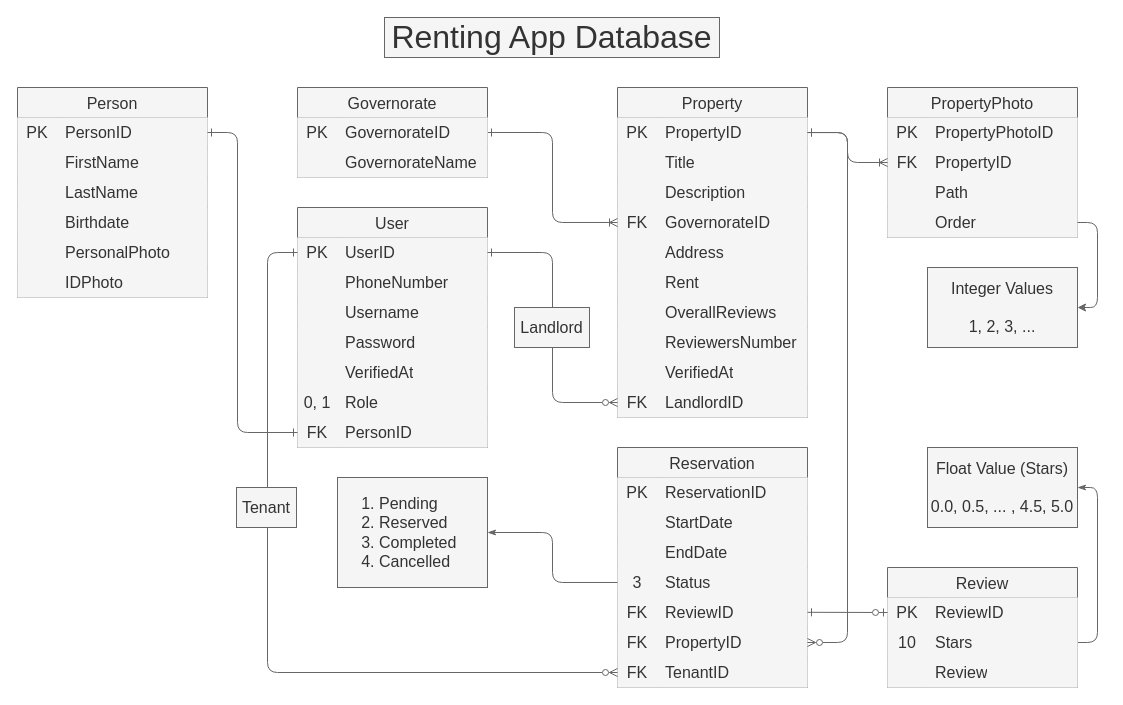
Before: database/renting_app_database.drawio in KareemAlHamwi/Renting-App, a draw.io diagram. Source tidied: cells renumbered, new cells numbered last; positions are measured from the earlier drawing's top-left corner, leaving out a move shared by most shapes. Both pictures are drawn from the tidied source at 100%, with x=0, y=0 at pixel (17, 17).
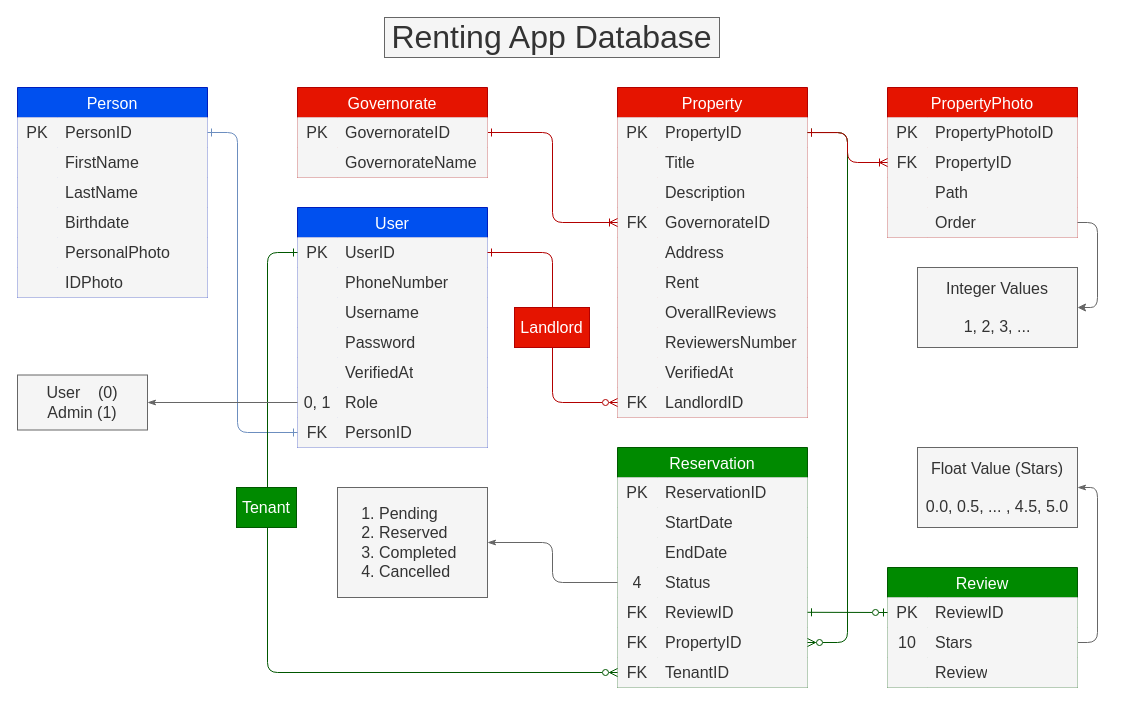
Above is the later version.

The change refers to these unchanged cells:
```xml
<mxCell id="3" style="shape=tableRow;horizontal=0;startSize=0;swimlaneHead=0;swimlaneBody=0;top=0;left=0;bottom=0;right=0;fillColor=#f5f5f5;points=[[0,0.5],[1,0.5]];portConstraint=eastwest;fontSize=16;shadow=0;strokeColor=#666666;fontColor=light-dark(#333333,#FFFFFF);" parent="2" vertex="1">
  <mxGeometry y="30" width="190" height="30" as="geometry" />
</mxCell>
<mxCell id="22" style="shape=tableRow;horizontal=0;startSize=0;swimlaneHead=0;swimlaneBody=0;top=0;left=0;bottom=0;right=0;fillColor=#f5f5f5;points=[[0,0.5],[1,0.5]];portConstraint=eastwest;fontSize=16;shadow=0;strokeColor=#666666;fontColor=light-dark(#333333,#FFFFFF);" parent="21" vertex="1">
  <mxGeometry y="30" width="190" height="30" as="geometry" />
</mxCell>
<mxCell id="37" style="shape=tableRow;horizontal=0;startSize=0;swimlaneHead=0;swimlaneBody=0;top=0;left=0;bottom=0;right=0;fillColor=#f5f5f5;points=[[0,0.5],[1,0.5]];portConstraint=eastwest;fontSize=16;shadow=0;strokeColor=#666666;fontColor=light-dark(#333333,#FFFFFF);" parent="21" vertex="1">
  <mxGeometry y="180" width="190" height="30" as="geometry" />
</mxCell>
<mxCell id="40" style="shape=tableRow;horizontal=0;startSize=0;swimlaneHead=0;swimlaneBody=0;top=0;left=0;bottom=0;right=0;fillColor=#f5f5f5;points=[[0,0.5],[1,0.5]];portConstraint=eastwest;fontSize=16;shadow=0;strokeColor=#666666;fontColor=light-dark(#333333,#FFFFFF);" parent="21" vertex="1">
  <mxGeometry y="210" width="190" height="30" as="geometry" />
</mxCell>
<mxCell id="44" style="shape=tableRow;horizontal=0;startSize=0;swimlaneHead=0;swimlaneBody=0;top=0;left=0;bottom=0;right=0;fillColor=#f5f5f5;points=[[0,0.5],[1,0.5]];portConstraint=eastwest;fontSize=16;shadow=0;strokeColor=#666666;fontColor=light-dark(#333333,#FFFFFF);" parent="43" vertex="1">
  <mxGeometry y="30" width="190" height="30" as="geometry" />
</mxCell>
<mxCell id="53" style="shape=tableRow;horizontal=0;startSize=0;swimlaneHead=0;swimlaneBody=0;top=0;left=0;bottom=0;right=0;fillColor=#f5f5f5;points=[[0,0.5],[1,0.5]];portConstraint=eastwest;fontSize=16;shadow=0;strokeColor=#666666;fontColor=light-dark(#333333,#FFFFFF);" parent="43" vertex="1">
  <mxGeometry y="120" width="190" height="30" as="geometry" />
</mxCell>
<mxCell id="71" style="shape=tableRow;horizontal=0;startSize=0;swimlaneHead=0;swimlaneBody=0;top=0;left=0;bottom=0;right=0;fillColor=#f5f5f5;points=[[0,0.5],[1,0.5]];portConstraint=eastwest;fontSize=16;shadow=0;strokeColor=#666666;fontColor=light-dark(#333333,#FFFFFF);" parent="43" vertex="1">
  <mxGeometry y="300" width="190" height="30" as="geometry" />
</mxCell>
<mxCell id="84" style="shape=tableRow;horizontal=0;startSize=0;swimlaneHead=0;swimlaneBody=0;top=0;left=0;bottom=0;right=0;fillColor=#f5f5f5;points=[[0,0.5],[1,0.5]];portConstraint=eastwest;fontSize=16;shadow=0;strokeColor=#666666;fontColor=light-dark(#333333,#FFFFFF);" parent="74" vertex="1">
  <mxGeometry y="120" width="190" height="30" as="geometry" />
</mxCell>
<mxCell id="90" style="shape=tableRow;horizontal=0;startSize=0;swimlaneHead=0;swimlaneBody=0;top=0;left=0;bottom=0;right=0;fillColor=#f5f5f5;points=[[0,0.5],[1,0.5]];portConstraint=eastwest;fontSize=16;shadow=0;strokeColor=#666666;fontColor=light-dark(#333333,#FFFFFF);" parent="74" vertex="1">
  <mxGeometry y="180" width="190" height="30" as="geometry" />
</mxCell>
<mxCell id="93" style="shape=tableRow;horizontal=0;startSize=0;swimlaneHead=0;swimlaneBody=0;top=0;left=0;bottom=0;right=0;fillColor=#f5f5f5;points=[[0,0.5],[1,0.5]];portConstraint=eastwest;fontSize=16;shadow=0;strokeColor=#666666;fontColor=light-dark(#333333,#FFFFFF);" parent="74" vertex="1">
  <mxGeometry y="210" width="190" height="30" as="geometry" />
</mxCell>
<mxCell id="103" style="shape=tableRow;horizontal=0;startSize=0;swimlaneHead=0;swimlaneBody=0;top=0;left=0;bottom=0;right=0;fillColor=#f5f5f5;points=[[0,0.5],[1,0.5]];portConstraint=eastwest;fontSize=16;shadow=0;strokeColor=#666666;fontColor=light-dark(#333333,#FFFFFF);" parent="102" vertex="1">
  <mxGeometry y="30" width="190" height="30" as="geometry" />
</mxCell>
<mxCell id="119" style="shape=tableRow;horizontal=0;startSize=0;swimlaneHead=0;swimlaneBody=0;top=0;left=0;bottom=0;right=0;fillColor=#f5f5f5;points=[[0,0.5],[1,0.5]];portConstraint=eastwest;fontSize=16;shadow=0;strokeColor=#666666;fontColor=light-dark(#333333,#FFFFFF);" parent="115" vertex="1">
  <mxGeometry y="60" width="190" height="30" as="geometry" />
</mxCell>
<mxCell id="125" style="shape=tableRow;horizontal=0;startSize=0;swimlaneHead=0;swimlaneBody=0;top=0;left=0;bottom=0;right=0;fillColor=#f5f5f5;points=[[0,0.5],[1,0.5]];portConstraint=eastwest;fontSize=16;shadow=0;strokeColor=#666666;fontColor=light-dark(#333333,#FFFFFF);" parent="115" vertex="1">
  <mxGeometry y="120" width="190" height="30" as="geometry" />
</mxCell>
<mxCell id="130" style="shape=tableRow;horizontal=0;startSize=0;swimlaneHead=0;swimlaneBody=0;top=0;left=0;bottom=0;right=0;fillColor=#f5f5f5;points=[[0,0.5],[1,0.5]];portConstraint=eastwest;fontSize=16;shadow=0;strokeColor=#666666;fontColor=light-dark(#333333,#FFFFFF);" parent="129" vertex="1">
  <mxGeometry y="30" width="190" height="30" as="geometry" />
</mxCell>
<mxCell id="133" style="shape=tableRow;horizontal=0;startSize=0;swimlaneHead=0;swimlaneBody=0;top=0;left=0;bottom=0;right=0;fillColor=#f5f5f5;points=[[0,0.5],[1,0.5]];portConstraint=eastwest;fontSize=16;shadow=0;strokeColor=#666666;fontColor=light-dark(#333333,#FFFFFF);" parent="129" vertex="1">
  <mxGeometry y="60" width="190" height="30" as="geometry" />
</mxCell>
```

Change to the diagram source:
```diff
@@
-    <mxCell id="2" value="Person" style="shape=table;startSize=30;childLayout=tableLayout;rowLines=0;fontStyle=0;fontSize=16;shadow=0;fillColor=#f5f5f5;strokeColor=#666666;fontColor=light-dark(#333333,#FFFFFF);" parent="1" vertex="1">
+    <mxCell id="2" value="Person" style="shape=table;startSize=30;childLayout=tableLayout;rowLines=0;fontStyle=0;fontSize=16;shadow=0;fillColor=#0050ef;strokeColor=#001DBC;fontColor=#ffffff;" parent="1" vertex="1">
       <mxGeometry y="70" width="190" height="210" as="geometry" />
     </mxCell>
@@
-    <mxCell id="21" value="User" style="shape=table;startSize=30;childLayout=tableLayout;rowLines=0;fontStyle=0;fontSize=16;shadow=0;fillColor=#f5f5f5;strokeColor=#666666;fontColor=light-dark(#333333,#FFFFFF);" parent="1" vertex="1">
+    <mxCell id="21" value="User" style="shape=table;startSize=30;childLayout=tableLayout;rowLines=0;fontStyle=0;fontSize=16;shadow=0;fillColor=#0050ef;strokeColor=#001DBC;fontColor=#ffffff;" parent="1" vertex="1">
       <mxGeometry x="280" y="190" width="190" height="240" as="geometry" />
     </mxCell>
@@
-    <mxCell id="43" value="Property" style="shape=table;startSize=30;childLayout=tableLayout;rowLines=0;fontStyle=0;fontSize=16;shadow=0;fillColor=#f5f5f5;strokeColor=#666666;fontColor=light-dark(#333333,#FFFFFF);" parent="1" vertex="1">
+    <mxCell id="43" value="Property" style="shape=table;startSize=30;childLayout=tableLayout;rowLines=0;fontStyle=0;fontSize=16;shadow=0;fillColor=#e51400;strokeColor=#B20000;fontColor=#ffffff;" parent="1" vertex="1">
       <mxGeometry x="600" y="70" width="190" height="330" as="geometry" />
     </mxCell>
@@
-    <mxCell id="74" value="Reservation" style="shape=table;startSize=30;childLayout=tableLayout;rowLines=0;fontStyle=0;fontSize=16;shadow=0;fillColor=#f5f5f5;strokeColor=#666666;fontColor=light-dark(#333333,#FFFFFF);" parent="1" vertex="1">
+    <mxCell id="74" value="Reservation" style="shape=table;startSize=30;childLayout=tableLayout;rowLines=0;fontStyle=0;fontSize=16;shadow=0;fillColor=#008a00;strokeColor=#005700;fontColor=#ffffff;" parent="1" vertex="1">
       <mxGeometry x="600" y="430" width="190" height="240" as="geometry" />
     </mxCell>
@@
-    <mxCell id="85" value="3" style="shape=partialRectangle;html=1;whiteSpace=wrap;fillColor=#f5f5f5;top=0;left=0;bottom=0;right=0;overflow=hidden;fontSize=16;shadow=0;strokeColor=#666666;fontColor=light-dark(#333333,#FFFFFF);" parent="84" vertex="1">
+    <mxCell id="85" value="4" style="shape=partialRectangle;html=1;whiteSpace=wrap;fillColor=#f5f5f5;top=0;left=0;bottom=0;right=0;overflow=hidden;fontSize=16;shadow=0;strokeColor=#666666;fontColor=light-dark(#333333,#FFFFFF);" parent="84" vertex="1">
       <mxGeometry width="40" height="30" as="geometry" />
     </mxCell>
@@
-    <mxCell id="96" style="edgeStyle=orthogonalEdgeStyle;html=1;exitX=1;exitY=0.5;exitDx=0;exitDy=0;entryX=0;entryY=0.5;entryDx=0;entryDy=0;startArrow=ERone;startFill=0;endArrow=ERone;endFill=0;fontSize=16;shadow=0;fillColor=#f5f5f5;fontColor=light-dark(#333333,#FFFFFF);strokeColor=#666666;" parent="1" edge="1" source="3" target="40">
+    <mxCell id="96" style="edgeStyle=orthogonalEdgeStyle;html=1;exitX=1;exitY=0.5;exitDx=0;exitDy=0;entryX=0;entryY=0.5;entryDx=0;entryDy=0;startArrow=ERone;startFill=0;endArrow=ERone;endFill=0;fontSize=16;shadow=0;fillColor=#dae8fc;fontColor=light-dark(#333333,#FFFFFF);strokeColor=#6c8ebf;" parent="1" edge="1" source="3" target="40">
       <mxGeometry relative="1" as="geometry">
         <Array as="points">
           <mxPoint x="220" y="115" />
           <mxPoint x="220" y="415" />
         </Array>
       </mxGeometry>
     </mxCell>
-    <mxCell id="97" style="edgeStyle=orthogonalEdgeStyle;html=1;exitX=1;exitY=0.5;exitDx=0;exitDy=0;entryX=0;entryY=0.5;entryDx=0;entryDy=0;startArrow=ERone;startFill=0;endArrow=ERzeroToMany;endFill=0;fontSize=16;shadow=0;fillColor=#f5f5f5;fontColor=light-dark(#333333,#FFFFFF);strokeColor=#666666;" parent="1" edge="1" source="22" target="71">
+    <mxCell id="97" style="edgeStyle=orthogonalEdgeStyle;html=1;exitX=1;exitY=0.5;exitDx=0;exitDy=0;entryX=0;entryY=0.5;entryDx=0;entryDy=0;startArrow=ERone;startFill=0;endArrow=ERzeroToMany;endFill=0;fontSize=16;shadow=0;fillColor=#e51400;fontColor=light-dark(#333333,#FFFFFF);strokeColor=#B20000;" parent="1" edge="1" source="22" target="71">
       <mxGeometry relative="1" as="geometry" />
     </mxCell>
-    <mxCell id="98" style="edgeStyle=orthogonalEdgeStyle;html=1;exitX=0;exitY=0.5;exitDx=0;exitDy=0;entryX=1;entryY=0.5;entryDx=0;entryDy=0;startArrow=ERoneToMany;startFill=0;endArrow=ERone;endFill=0;fontSize=16;shadow=0;fillColor=#f5f5f5;fontColor=light-dark(#333333,#FFFFFF);strokeColor=#666666;" parent="1" edge="1" source="53" target="103">
+    <mxCell id="98" style="edgeStyle=orthogonalEdgeStyle;html=1;exitX=0;exitY=0.5;exitDx=0;exitDy=0;entryX=1;entryY=0.5;entryDx=0;entryDy=0;startArrow=ERoneToMany;startFill=0;endArrow=ERone;endFill=0;fontSize=16;shadow=0;fillColor=#e51400;fontColor=light-dark(#333333,#FFFFFF);strokeColor=#B20000;" parent="1" edge="1" source="53" target="103">
       <mxGeometry relative="1" as="geometry" />
     </mxCell>
-    <mxCell id="99" style="edgeStyle=orthogonalEdgeStyle;html=1;exitX=0;exitY=0.5;exitDx=0;exitDy=0;entryX=0;entryY=0.5;entryDx=0;entryDy=0;fontSize=16;startArrow=ERone;startFill=0;endArrow=ERzeroToMany;endFill=0;shadow=0;fillColor=#f5f5f5;fontColor=light-dark(#333333,#FFFFFF);strokeColor=#666666;" parent="1" edge="1" source="22" target="93">
+    <mxCell id="99" style="edgeStyle=orthogonalEdgeStyle;html=1;exitX=0;exitY=0.5;exitDx=0;exitDy=0;entryX=0;entryY=0.5;entryDx=0;entryDy=0;fontSize=16;startArrow=ERone;startFill=0;endArrow=ERzeroToMany;endFill=0;shadow=0;fillColor=#008a00;fontColor=light-dark(#333333,#FFFFFF);strokeColor=#005700;" parent="1" edge="1" source="22" target="93">
       <mxGeometry relative="1" as="geometry">
         <Array as="points">
           <mxPoint x="250" y="235" />
           <mxPoint x="250" y="655" />
         </Array>
       </mxGeometry>
     </mxCell>
-    <mxCell id="100" value="Tenant" style="rounded=0;whiteSpace=wrap;html=1;fontSize=16;shadow=0;fillColor=#f5f5f5;strokeColor=#666666;fontColor=light-dark(#333333,#FFFFFF);" parent="1" vertex="1">
+    <mxCell id="100" value="Tenant" style="rounded=0;whiteSpace=wrap;html=1;fontSize=16;shadow=0;fillColor=#008a00;strokeColor=#005700;fontColor=#ffffff;" parent="1" vertex="1">
       <mxGeometry x="219" y="470" width="60" height="40" as="geometry" />
     </mxCell>
-    <mxCell id="101" value="Landlord" style="rounded=0;whiteSpace=wrap;html=1;fontSize=16;shadow=0;fillColor=#f5f5f5;strokeColor=#666666;fontColor=light-dark(#333333,#FFFFFF);" parent="1" vertex="1">
+    <mxCell id="101" value="Landlord" style="rounded=0;whiteSpace=wrap;html=1;fontSize=16;shadow=0;fillColor=#e51400;strokeColor=#B20000;fontColor=#ffffff;" parent="1" vertex="1">
       <mxGeometry x="497" y="290" width="75" height="40" as="geometry" />
     </mxCell>
-    <mxCell id="102" value="Governorate" style="shape=table;startSize=30;childLayout=tableLayout;rowLines=0;fontStyle=0;fontSize=16;shadow=0;fillColor=#f5f5f5;strokeColor=#666666;fontColor=light-dark(#333333,#FFFFFF);" parent="1" vertex="1">
+    <mxCell id="102" value="Governorate" style="shape=table;startSize=30;childLayout=tableLayout;rowLines=0;fontStyle=0;fontSize=16;shadow=0;fillColor=#e51400;strokeColor=#B20000;fontColor=#ffffff;" parent="1" vertex="1">
       <mxGeometry x="280" y="70" width="190" height="90" as="geometry" />
     </mxCell>
@@
-    <mxCell id="109" style="edgeStyle=orthogonalEdgeStyle;html=1;exitX=1;exitY=0.5;exitDx=0;exitDy=0;entryX=1;entryY=0.5;entryDx=0;entryDy=0;fontSize=16;startArrow=ERone;startFill=0;endArrow=ERzeroToMany;endFill=0;shadow=0;fillColor=#f5f5f5;fontColor=light-dark(#333333,#FFFFFF);strokeColor=#666666;" parent="1" edge="1" source="44" target="90">
+    <mxCell id="109" style="edgeStyle=orthogonalEdgeStyle;html=1;exitX=1;exitY=0.5;exitDx=0;exitDy=0;entryX=1;entryY=0.5;entryDx=0;entryDy=0;fontSize=16;startArrow=ERone;startFill=0;endArrow=ERzeroToMany;endFill=0;shadow=0;fillColor=#008a00;fontColor=light-dark(#333333,#FFFFFF);strokeColor=#005700;" parent="1" edge="1" source="44" target="90">
       <mxGeometry relative="1" as="geometry">
         <Array as="points">
           <mxPoint x="830" y="115" />
           <mxPoint x="830" y="625" />
         </Array>
       </mxGeometry>
     </mxCell>
-    <mxCell id="110" style="edgeStyle=orthogonalEdgeStyle;html=1;exitX=1;exitY=0.5;exitDx=0;exitDy=0;entryX=1;entryY=0.5;entryDx=0;entryDy=0;endArrow=none;endFill=0;startArrow=classicThin;startFill=1;fillColor=#f5f5f5;fontColor=light-dark(#333333,#FFFFFF);strokeColor=#666666;" parent="1" edge="1" source="111" target="133">
+    <mxCell id="110" style="edgeStyle=orthogonalEdgeStyle;html=1;exitX=1;exitY=0.5;exitDx=0;exitDy=0;entryX=1;entryY=0.5;entryDx=0;entryDy=0;endArrow=none;endFill=0;startArrow=classicThin;startFill=1;fillColor=#f5f5f5;fontColor=light-dark(#333333,#FFFFFF);strokeColor=light-dark(#666666,#FFFFFF);" parent="1" edge="1" source="111" target="133">
       <mxGeometry relative="1" as="geometry">
         <Array as="points">
           <mxPoint x="1080" y="470" />
           <mxPoint x="1080" y="625" />
         </Array>
       </mxGeometry>
     </mxCell>
-    <mxCell id="111" value="&lt;div&gt;&lt;font style=&quot;&quot;&gt;Float Value (Stars)&lt;br&gt;&lt;br&gt;0.0, 0.5, ... , 4.5, 5.0&lt;/font&gt;&lt;/div&gt;" style="rounded=0;whiteSpace=wrap;html=1;align=center;fontSize=16;shadow=0;fillColor=#f5f5f5;strokeColor=#666666;fontColor=light-dark(#333333,#FFFFFF);" parent="1" vertex="1">
-      <mxGeometry x="910" y="430" width="150" height="80" as="geometry" />
+    <mxCell id="111" value="&lt;div&gt;&lt;font style=&quot;&quot;&gt;Float Value (Stars)&lt;br&gt;&lt;br&gt;0.0, 0.5, ... , 4.5, 5.0&lt;/font&gt;&lt;/div&gt;" style="rounded=0;whiteSpace=wrap;html=1;align=center;fontSize=16;shadow=0;fillColor=#f5f5f5;strokeColor=light-dark(#666666,#FFFFFF);fontColor=light-dark(#333333,#FFFFFF);" parent="1" vertex="1">
+      <mxGeometry x="900" y="430" width="160" height="80" as="geometry" />
     </mxCell>
-    <mxCell id="112" value="&lt;ol&gt;&lt;li&gt;&lt;font style=&quot;&quot;&gt;Pending&lt;/font&gt;&lt;/li&gt;&lt;li&gt;&lt;font style=&quot;&quot;&gt;Reserved&lt;/font&gt;&lt;/li&gt;&lt;li&gt;&lt;span style=&quot;background-color: transparent;&quot;&gt;&lt;font style=&quot;&quot;&gt;Completed&lt;/font&gt;&lt;/span&gt;&lt;/li&gt;&lt;li&gt;&lt;span style=&quot;background-color: transparent;&quot;&gt;&lt;font style=&quot;&quot;&gt;Cancelled&lt;/font&gt;&lt;/span&gt;&lt;/li&gt;&lt;/ol&gt;" style="rounded=0;whiteSpace=wrap;html=1;align=left;fontSize=16;shadow=0;fillColor=#f5f5f5;strokeColor=#666666;fontColor=light-dark(#333333,#FFFFFF);" parent="1" vertex="1">
-      <mxGeometry x="320" y="460" width="150" height="110" as="geometry" />
+    <mxCell id="112" value="&lt;ol&gt;&lt;li&gt;&lt;font style=&quot;&quot;&gt;Pending&lt;/font&gt;&lt;/li&gt;&lt;li&gt;&lt;font style=&quot;&quot;&gt;Reserved&lt;/font&gt;&lt;/li&gt;&lt;li&gt;&lt;span style=&quot;background-color: transparent;&quot;&gt;&lt;font style=&quot;&quot;&gt;Completed&lt;/font&gt;&lt;/span&gt;&lt;/li&gt;&lt;li&gt;&lt;span style=&quot;background-color: transparent;&quot;&gt;&lt;font style=&quot;&quot;&gt;Cancelled&lt;/font&gt;&lt;/span&gt;&lt;/li&gt;&lt;/ol&gt;" style="rounded=0;whiteSpace=wrap;html=1;align=left;fontSize=16;shadow=0;fillColor=#f5f5f5;strokeColor=light-dark(#666666,#FFFFFF);fontColor=light-dark(#333333,#FFFFFF);" parent="1" vertex="1">
+      <mxGeometry x="320" y="470" width="150" height="110" as="geometry" />
     </mxCell>
-    <mxCell id="113" style="edgeStyle=orthogonalEdgeStyle;html=1;exitX=0;exitY=0.5;exitDx=0;exitDy=0;entryX=1;entryY=0.5;entryDx=0;entryDy=0;endArrow=classicThin;endFill=1;startArrow=none;startFill=0;fontSize=16;shadow=0;fillColor=#f5f5f5;fontColor=light-dark(#333333,#FFFFFF);strokeColor=#666666;" parent="1" edge="1" source="84" target="112">
+    <mxCell id="113" style="edgeStyle=orthogonalEdgeStyle;html=1;exitX=0;exitY=0.5;exitDx=0;exitDy=0;entryX=1;entryY=0.5;entryDx=0;entryDy=0;endArrow=classicThin;endFill=1;startArrow=none;startFill=0;fontSize=16;shadow=0;fillColor=#f5f5f5;fontColor=light-dark(#333333,#FFFFFF);strokeColor=light-dark(#666666,#FFFFFF);" parent="1" edge="1" source="84" target="112">
       <mxGeometry relative="1" as="geometry" />
     </mxCell>
-    <mxCell id="114" value="&lt;font style=&quot;font-size: 32px;&quot;&gt;Renting App Database&lt;/font&gt;" style="rounded=0;whiteSpace=wrap;html=1;fontSize=16;shadow=0;fillColor=#f5f5f5;strokeColor=#666666;fontColor=light-dark(#333333,#FFFFFF);" parent="1" vertex="1">
+    <mxCell id="114" value="&lt;font style=&quot;font-size: 32px;&quot;&gt;Renting App Database&lt;/font&gt;" style="rounded=0;whiteSpace=wrap;html=1;fontSize=16;shadow=0;fillColor=#f5f5f5;strokeColor=#666666;fontColor=#333333;" parent="1" vertex="1">
       <mxGeometry x="367" width="335" height="40" as="geometry" />
     </mxCell>
-    <mxCell id="115" value="PropertyPhoto" style="shape=table;startSize=30;childLayout=tableLayout;rowLines=0;fontStyle=0;fontSize=16;shadow=0;fillColor=#f5f5f5;strokeColor=#666666;fontColor=light-dark(#333333,#FFFFFF);" parent="1" vertex="1">
+    <mxCell id="115" value="PropertyPhoto" style="shape=table;startSize=30;childLayout=tableLayout;rowLines=0;fontStyle=0;fontSize=16;shadow=0;fillColor=#e51400;strokeColor=#B20000;fontColor=#ffffff;" parent="1" vertex="1">
       <mxGeometry x="870" y="70" width="190" height="150" as="geometry" />
     </mxCell>
@@
-    <mxCell id="128" style="edgeStyle=orthogonalEdgeStyle;html=1;exitX=0;exitY=0.5;exitDx=0;exitDy=0;endArrow=ERone;endFill=0;startArrow=ERoneToMany;startFill=0;fontColor=light-dark(#333333,#FFFFFF);fillColor=#f5f5f5;strokeColor=#666666;" parent="1" edge="1" source="119">
+    <mxCell id="128" style="edgeStyle=orthogonalEdgeStyle;html=1;exitX=0;exitY=0.5;exitDx=0;exitDy=0;endArrow=ERone;endFill=0;startArrow=ERoneToMany;startFill=0;fontColor=light-dark(#333333,#FFFFFF);fillColor=#e51400;strokeColor=#B20000;" parent="1" edge="1" source="119">
       <mxGeometry relative="1" as="geometry">
         <mxPoint x="790" y="115.1" as="targetPoint" />
         <Array as="points">
           <mxPoint x="830" y="145" />
           <mxPoint x="830" y="115" />
         </Array>
       </mxGeometry>
     </mxCell>
-    <mxCell id="129" value="Review" style="shape=table;startSize=30;childLayout=tableLayout;rowLines=0;fontStyle=0;fontSize=16;shadow=0;fillColor=#f5f5f5;strokeColor=#666666;fontColor=light-dark(#333333,#FFFFFF);" parent="1" vertex="1">
+    <mxCell id="129" value="Review" style="shape=table;startSize=30;childLayout=tableLayout;rowLines=0;fontStyle=0;fontSize=16;shadow=0;fillColor=#008a00;strokeColor=#005700;fontColor=#ffffff;" parent="1" vertex="1">
       <mxGeometry x="870" y="550" width="190" height="120" as="geometry" />
     </mxCell>
@@
-    <mxCell id="139" style="edgeStyle=none;html=1;exitX=0;exitY=0.5;exitDx=0;exitDy=0;startArrow=ERzeroToOne;startFill=0;endArrow=ERone;endFill=0;fillColor=#f5f5f5;fontColor=light-dark(#333333,#FFFFFF);strokeColor=#666666;" parent="1" edge="1" source="130">
+    <mxCell id="139" style="edgeStyle=none;html=1;exitX=0;exitY=0.5;exitDx=0;exitDy=0;startArrow=ERzeroToOne;startFill=0;endArrow=ERone;endFill=0;fillColor=#008a00;fontColor=light-dark(#333333,#FFFFFF);strokeColor=#005700;" parent="1" edge="1" source="130">
       <mxGeometry relative="1" as="geometry">
         <mxPoint x="790" y="594.8" as="targetPoint" />
       </mxGeometry>
     </mxCell>
-    <mxCell id="140" value="&lt;font style=&quot;&quot;&gt;Integer Values&lt;br&gt;&lt;br&gt;1, 2, 3, ...&lt;/font&gt;" style="rounded=0;whiteSpace=wrap;html=1;align=center;fontSize=16;shadow=0;fillColor=#f5f5f5;strokeColor=#666666;fontColor=light-dark(#333333,#FFFFFF);" parent="1" vertex="1">
-      <mxGeometry x="910" y="250" width="150" height="80" as="geometry" />
+    <mxCell id="140" value="&lt;font style=&quot;&quot;&gt;Integer Values&lt;br&gt;&lt;br&gt;1, 2, 3, ...&lt;/font&gt;" style="rounded=0;whiteSpace=wrap;html=1;align=center;fontSize=16;shadow=0;fillColor=#f5f5f5;strokeColor=light-dark(#666666,#F7F7F7);fontColor=light-dark(#333333,#FFFFFF);" parent="1" vertex="1">
+      <mxGeometry x="900" y="250" width="160" height="80" as="geometry" />
     </mxCell>
-    <mxCell id="141" style="edgeStyle=orthogonalEdgeStyle;html=1;exitX=1;exitY=0.5;exitDx=0;exitDy=0;entryX=1;entryY=0.5;entryDx=0;entryDy=0;fillColor=#f5f5f5;fontColor=light-dark(#333333,#FFFFFF);strokeColor=#666666;" parent="1" edge="1" source="125" target="140">
+    <mxCell id="141" style="edgeStyle=orthogonalEdgeStyle;html=1;exitX=1;exitY=0.5;exitDx=0;exitDy=0;entryX=1;entryY=0.5;entryDx=0;entryDy=0;fillColor=#f5f5f5;fontColor=light-dark(#333333,#FFFFFF);strokeColor=light-dark(#666666,#FFFFFF);" parent="1" edge="1" source="125" target="140">
       <mxGeometry relative="1" as="geometry">
         <Array as="points">
           <mxPoint x="1080" y="205" />
           <mxPoint x="1080" y="290" />
         </Array>
       </mxGeometry>
     </mxCell>
+    <mxCell id="142" value="User&amp;nbsp; &amp;nbsp; (0)&lt;br&gt;Admin (1)" style="rounded=0;whiteSpace=wrap;html=1;align=center;fontSize=16;shadow=0;fillColor=#f5f5f5;strokeColor=light-dark(#666666,#FFFFFF);fontColor=light-dark(#333333,#FFFFFF);" parent="1" vertex="1">
+      <mxGeometry y="357.5" width="130" height="55" as="geometry" />
+    </mxCell>
+    <mxCell id="143" style="html=1;exitX=0;exitY=0.5;exitDx=0;exitDy=0;endArrow=classicThin;endFill=1;startArrow=none;startFill=0;fontSize=16;shadow=0;fillColor=#f5f5f5;fontColor=light-dark(#333333,#FFFFFF);strokeColor=light-dark(#666666,#FFFFFF);entryX=1;entryY=0.5;entryDx=0;entryDy=0;" parent="1" edge="1" source="37" target="142">
+      <mxGeometry relative="1" as="geometry" />
+    </mxCell>
```
